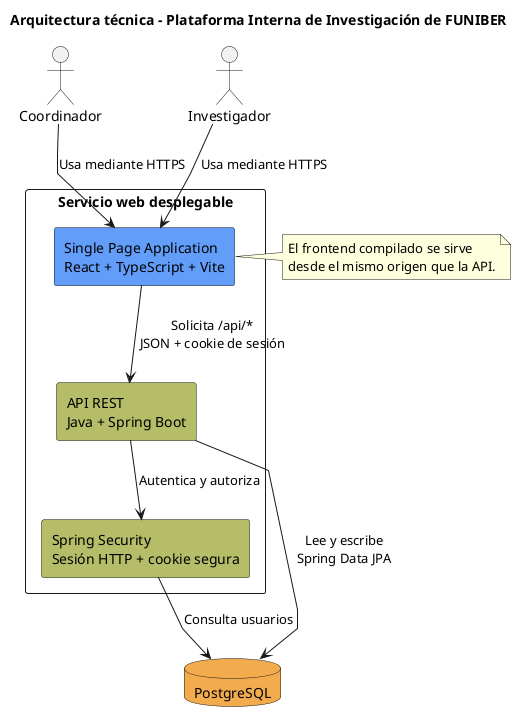
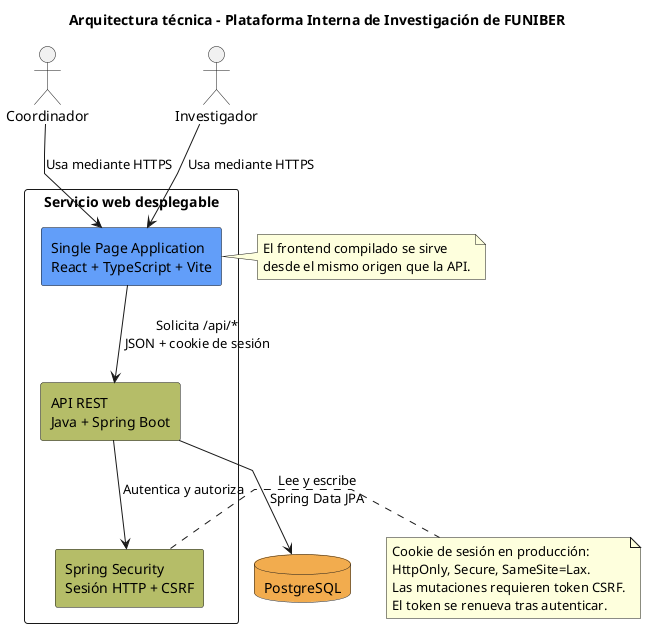
@startuml arquitectura
skinparam linetype polyline
skinparam componentStyle rectangle

title Arquitectura técnica - Plataforma Interna de Investigación de FUNIBER

actor Coordinador
actor Investigador

rectangle "Servicio web desplegable" {
    rectangle "Single Page Application\nReact + TypeScript + Vite" as Frontend #629EF9
    rectangle "API REST\nJava + Spring Boot" as Api #b5bd68
-     rectangle "Spring Security\nSesión HTTP + cookie segura" as Security #b5bd68
+     rectangle "Spring Security\nSesión HTTP + CSRF" as Security #b5bd68
}

database "PostgreSQL" as Database #F2AC4E

Coordinador --> Frontend: Usa mediante HTTPS
Investigador --> Frontend: Usa mediante HTTPS
Frontend --> Api: Solicita /api/*\nJSON + cookie de sesión
Api --> Security: Autentica y autoriza
Api --> Database: Lee y escribe\nSpring Data JPA
- Security --> Database: Consulta usuarios

note right of Frontend
El frontend compilado se sirve
desde el mismo origen que la API.
end note

+ note right of Security
+ Cookie de sesión en producción:
+ HttpOnly, Secure, SameSite=Lax.
+ Las mutaciones requieren token CSRF.
+ El token se renueva tras autenticar.
+ end note
+ 
@enduml
- 
